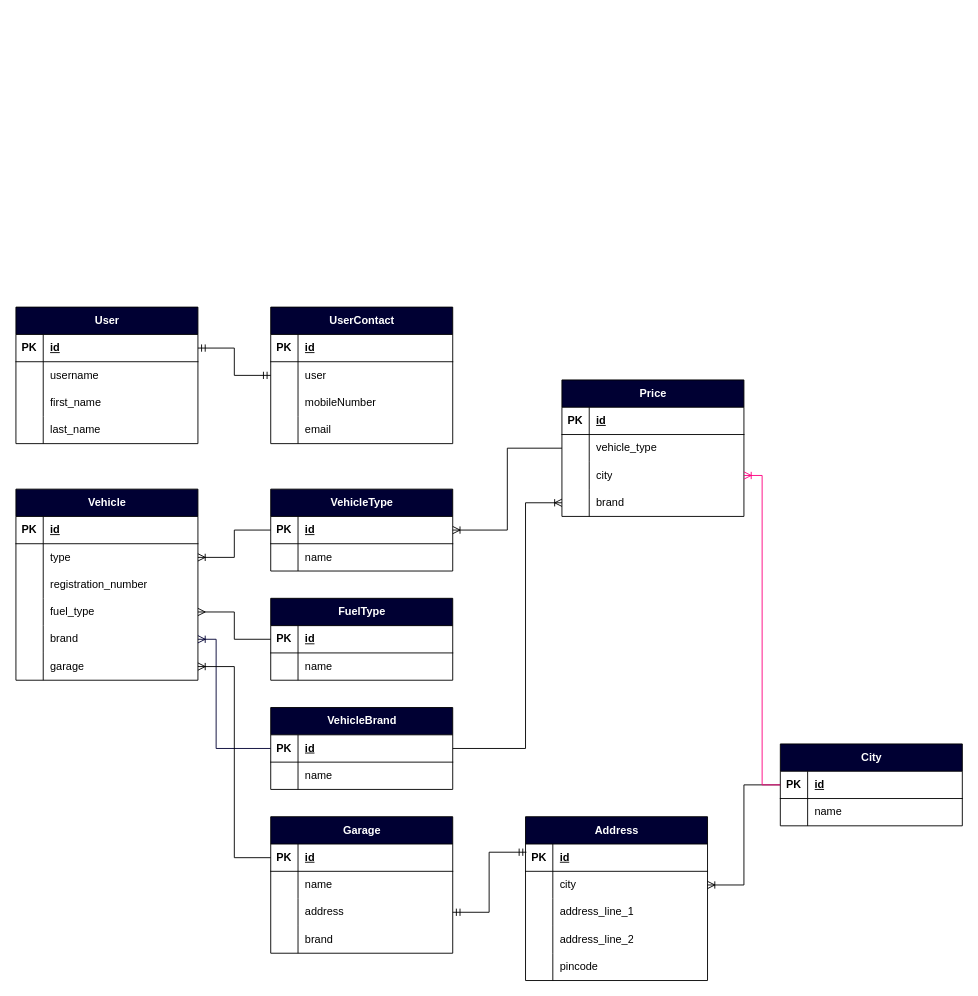
Earlier version of the draw.io diagram car_rental_service.drawio (priyajitbera/UML_DIAGRAMS). Source tidied: cells renumbered, new cells numbered last; positions are measured from the earlier drawing's top-left corner, leaving out a move shared by most shapes. Both pictures are drawn from the tidied source at 91%, with x=0, y=0 at pixel (15, 307).
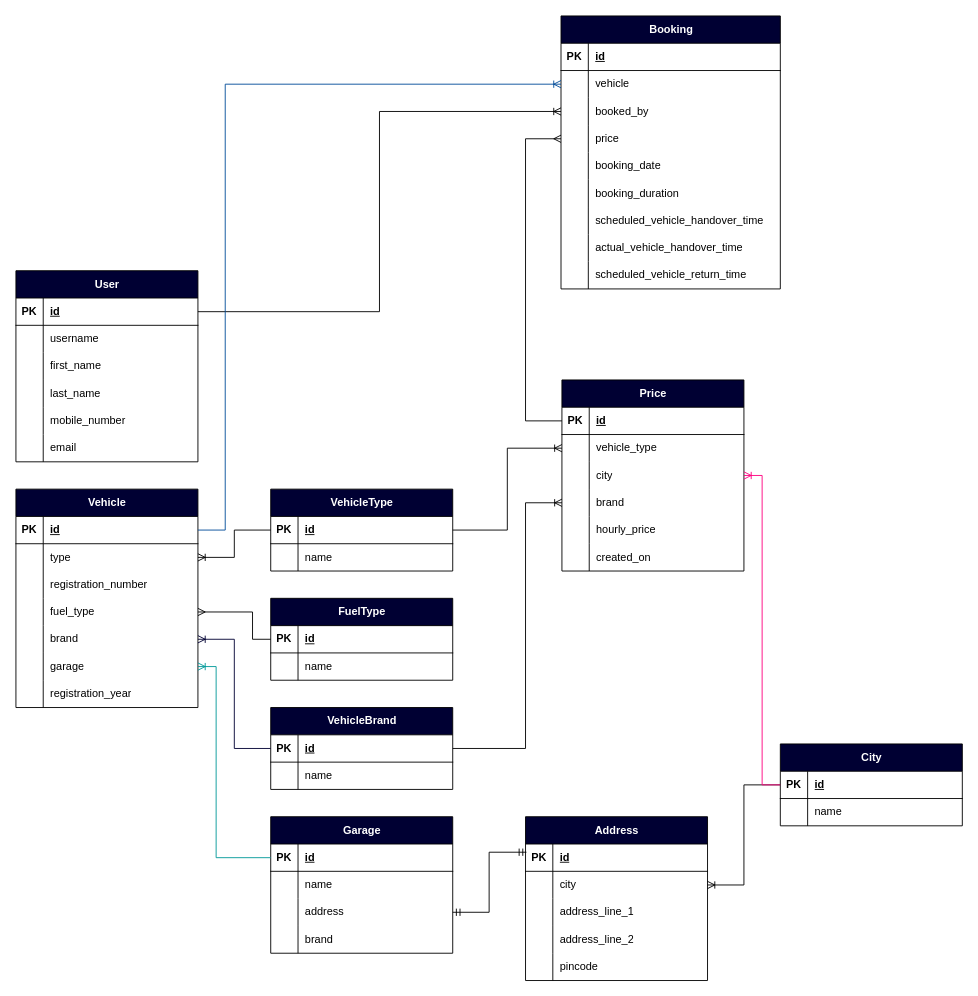
Above is the later version.

The change refers to these unchanged cells:
```xml
<mxCell id="3" style="shape=tableRow;horizontal=0;startSize=0;swimlaneHead=0;swimlaneBody=0;fillColor=none;points=[[0,0.5],[1,0.5]];portConstraint=eastwest;top=0;left=0;right=0;bottom=1;" parent="2" vertex="1">
  <mxGeometry y="30" width="200" height="30" as="geometry" />
</mxCell>
<mxCell id="30" style="shape=tableRow;horizontal=0;startSize=0;swimlaneHead=0;swimlaneBody=0;fillColor=none;points=[[0,0.5],[1,0.5]];portConstraint=eastwest;top=0;left=0;right=0;bottom=1;" parent="29" vertex="1">
  <mxGeometry y="30" width="200" height="30" as="geometry" />
</mxCell>
<mxCell id="39" style="shape=tableRow;horizontal=0;startSize=0;swimlaneHead=0;swimlaneBody=0;fillColor=none;points=[[0,0.5],[1,0.5]];portConstraint=eastwest;top=0;left=0;right=0;bottom=0;" parent="29" vertex="1">
  <mxGeometry y="120" width="200" height="30" as="geometry" />
</mxCell>
<mxCell id="42" style="shape=tableRow;horizontal=0;startSize=0;swimlaneHead=0;swimlaneBody=0;fillColor=none;points=[[0,0.5],[1,0.5]];portConstraint=eastwest;top=0;left=0;right=0;bottom=0;" parent="29" vertex="1">
  <mxGeometry y="150" width="200" height="30" as="geometry" />
</mxCell>
<mxCell id="45" style="shape=tableRow;horizontal=0;startSize=0;swimlaneHead=0;swimlaneBody=0;fillColor=none;points=[[0,0.5],[1,0.5]];portConstraint=eastwest;top=0;left=0;right=0;bottom=0;" parent="29" vertex="1">
  <mxGeometry y="180" width="200" height="30" as="geometry" />
</mxCell>
<mxCell id="49" style="shape=tableRow;horizontal=0;startSize=0;swimlaneHead=0;swimlaneBody=0;fillColor=none;points=[[0,0.5],[1,0.5]];portConstraint=eastwest;top=0;left=0;right=0;bottom=1;" parent="48" vertex="1">
  <mxGeometry y="30" width="200" height="30" as="geometry" />
</mxCell>
<mxCell id="57" style="shape=tableRow;horizontal=0;startSize=0;swimlaneHead=0;swimlaneBody=0;fillColor=none;points=[[0,0.5],[1,0.5]];portConstraint=eastwest;top=0;left=0;right=0;bottom=1;" parent="56" vertex="1">
  <mxGeometry y="30" width="200" height="30" as="geometry" />
</mxCell>
<mxCell id="64" style="shape=tableRow;horizontal=0;startSize=0;swimlaneHead=0;swimlaneBody=0;fillColor=none;points=[[0,0.5],[1,0.5]];portConstraint=eastwest;top=0;left=0;right=0;bottom=1;" parent="63" vertex="1">
  <mxGeometry y="30" width="200" height="30" as="geometry" />
</mxCell>
<mxCell id="73" style="shape=tableRow;horizontal=0;startSize=0;swimlaneHead=0;swimlaneBody=0;fillColor=none;points=[[0,0.5],[1,0.5]];portConstraint=eastwest;top=0;left=0;right=0;bottom=1;" parent="72" vertex="1">
  <mxGeometry y="30" width="200" height="30" as="geometry" />
</mxCell>
<mxCell id="87" style="shape=tableRow;horizontal=0;startSize=0;swimlaneHead=0;swimlaneBody=0;fillColor=none;points=[[0,0.5],[1,0.5]];portConstraint=eastwest;top=0;left=0;right=0;bottom=1;" parent="86" vertex="1">
  <mxGeometry y="30" width="200" height="30" as="geometry" />
</mxCell>
<mxCell id="90" style="shape=tableRow;horizontal=0;startSize=0;swimlaneHead=0;swimlaneBody=0;fillColor=none;points=[[0,0.5],[1,0.5]];portConstraint=eastwest;top=0;left=0;right=0;bottom=0;" parent="86" vertex="1">
  <mxGeometry y="60" width="200" height="30" as="geometry" />
</mxCell>
```

What changed in the source:
```diff
@@
     <mxCell id="2" value="User" style="shape=table;startSize=30;childLayout=tableLayout;rowLines=0;fontStyle=1;align=center;html=1;fillColor=#000033;fontColor=#FFFFFF;" parent="1" vertex="1">
-      <mxGeometry width="200" height="150" as="geometry" />
+      <mxGeometry y="-40" width="200" height="210" as="geometry" />
     </mxCell>
@@
-    <mxCell id="15" value="UserContact" style="shape=table;startSize=30;childLayout=tableLayout;rowLines=0;fontStyle=1;align=center;html=1;fillColor=#000033;fontColor=#FFFFFF;" parent="1" vertex="1">
-      <mxGeometry x="280" width="200" height="150" as="geometry" />
-    </mxCell>
-    <mxCell id="16" style="shape=tableRow;horizontal=0;startSize=0;swimlaneHead=0;swimlaneBody=0;fillColor=none;top=0;left=0;right=0;bottom=1;" parent="15" vertex="1">
-      <mxGeometry y="30" width="200" height="30" as="geometry" />
-    </mxCell>
-    <mxCell id="17" value="PK" style="shape=partialRectangle;fillColor=none;top=0;left=0;bottom=0;right=0;fontStyle=1;overflow=hidden;whiteSpace=wrap;html=1;" parent="16" vertex="1">
-      <mxGeometry width="30" height="30" as="geometry" />
-    </mxCell>
-    <mxCell id="18" value="id" style="shape=partialRectangle;fillColor=none;top=0;left=0;bottom=0;right=0;align=left;spacingLeft=6;fontStyle=5;overflow=hidden;whiteSpace=wrap;html=1;" parent="16" vertex="1">
-      <mxGeometry x="30" width="170" height="30" as="geometry" />
-    </mxCell>
-    <mxCell id="19" style="shape=tableRow;horizontal=0;startSize=0;swimlaneHead=0;swimlaneBody=0;fillColor=none;points=[[0,0.5],[1,0.5]];portConstraint=eastwest;top=0;left=0;right=0;bottom=0;" parent="15" vertex="1">
-      <mxGeometry y="60" width="200" height="30" as="geometry" />
-    </mxCell>
-    <mxCell id="20" style="shape=partialRectangle;fillColor=none;top=0;left=0;bottom=0;right=0;overflow=hidden;whiteSpace=wrap;html=1;" parent="19" vertex="1">
-      <mxGeometry width="30" height="30" as="geometry" />
-    </mxCell>
-    <mxCell id="21" value="user" style="shape=partialRectangle;fillColor=none;top=0;left=0;bottom=0;right=0;align=left;spacingLeft=6;overflow=hidden;whiteSpace=wrap;html=1;" parent="19" vertex="1">
-      <mxGeometry x="30" width="170" height="30" as="geometry" />
-    </mxCell>
-    <mxCell id="22" style="shape=tableRow;horizontal=0;startSize=0;swimlaneHead=0;swimlaneBody=0;fillColor=none;top=0;left=0;right=0;bottom=0;" parent="15" vertex="1">
-      <mxGeometry y="90" width="200" height="30" as="geometry" />
-    </mxCell>
-    <mxCell id="23" style="shape=partialRectangle;fillColor=none;top=0;left=0;bottom=0;right=0;overflow=hidden;whiteSpace=wrap;html=1;" parent="22" vertex="1">
-      <mxGeometry width="30" height="30" as="geometry" />
-    </mxCell>
-    <mxCell id="24" value="mobileNumber" style="shape=partialRectangle;fillColor=none;top=0;left=0;bottom=0;right=0;align=left;spacingLeft=6;overflow=hidden;whiteSpace=wrap;html=1;" parent="22" vertex="1">
-      <mxGeometry x="30" width="170" height="30" as="geometry" />
-    </mxCell>
-    <mxCell id="25" style="shape=tableRow;horizontal=0;startSize=0;swimlaneHead=0;swimlaneBody=0;fillColor=none;top=0;left=0;right=0;bottom=0;" parent="15" vertex="1">
-      <mxGeometry y="120" width="200" height="30" as="geometry" />
-    </mxCell>
-    <mxCell id="26" style="shape=partialRectangle;fillColor=none;top=0;left=0;bottom=0;right=0;overflow=hidden;whiteSpace=wrap;html=1;" parent="25" vertex="1">
-      <mxGeometry width="30" height="30" as="geometry" />
-    </mxCell>
+    <mxCell id="127" style="shape=tableRow;horizontal=0;startSize=0;swimlaneHead=0;swimlaneBody=0;fillColor=none;top=0;left=0;right=0;bottom=0;" parent="2" vertex="1">
+      <mxGeometry y="150" width="200" height="30" as="geometry" />
+    </mxCell>
+    <mxCell id="128" style="shape=partialRectangle;fillColor=none;top=0;left=0;bottom=0;right=0;overflow=hidden;whiteSpace=wrap;html=1;" parent="127" vertex="1">
+      <mxGeometry width="30" height="30" as="geometry" />
+    </mxCell>
+    <mxCell id="129" value="mobile_number" style="shape=partialRectangle;fillColor=none;top=0;left=0;bottom=0;right=0;align=left;spacingLeft=6;overflow=hidden;whiteSpace=wrap;html=1;" parent="127" vertex="1">
+      <mxGeometry x="30" width="170" height="30" as="geometry" />
+    </mxCell>
+    <mxCell id="130" style="shape=tableRow;horizontal=0;startSize=0;swimlaneHead=0;swimlaneBody=0;fillColor=none;top=0;left=0;right=0;bottom=0;" parent="2" vertex="1">
+      <mxGeometry y="180" width="200" height="30" as="geometry" />
+    </mxCell>
+    <mxCell id="131" style="shape=partialRectangle;fillColor=none;top=0;left=0;bottom=0;right=0;overflow=hidden;whiteSpace=wrap;html=1;" parent="130" vertex="1">
+      <mxGeometry width="30" height="30" as="geometry" />
+    </mxCell>
-    <mxCell id="27" value="email" style="shape=partialRectangle;fillColor=none;top=0;left=0;bottom=0;right=0;align=left;spacingLeft=6;overflow=hidden;whiteSpace=wrap;html=1;" parent="25" vertex="1">
+    <mxCell id="27" value="email" style="shape=partialRectangle;fillColor=none;top=0;left=0;bottom=0;right=0;align=left;spacingLeft=6;overflow=hidden;whiteSpace=wrap;html=1;" parent="130" vertex="1">
       <mxGeometry x="30" width="170" height="30" as="geometry" />
     </mxCell>
-    <mxCell id="28" style="edgeStyle=orthogonalEdgeStyle;fontSize=12;html=1;endArrow=ERmandOne;startArrow=ERmandOne;rounded=0;" parent="1" edge="1" source="3" target="19">
-      <mxGeometry relative="1" as="geometry" />
-    </mxCell>
     <mxCell id="29" value="Vehicle" style="shape=table;startSize=30;childLayout=tableLayout;rowLines=0;fontStyle=1;align=center;html=1;fillColor=#000033;fontColor=#FFFFFF;" parent="1" vertex="1">
-      <mxGeometry y="200" width="200" height="210" as="geometry" />
+      <mxGeometry y="200" width="200" height="240" as="geometry" />
     </mxCell>
@@
+    <mxCell id="132" style="shape=tableRow;horizontal=0;startSize=0;swimlaneHead=0;swimlaneBody=0;fillColor=none;top=0;left=0;right=0;bottom=0;" parent="29" vertex="1">
+      <mxGeometry y="210" width="200" height="30" as="geometry" />
+    </mxCell>
+    <mxCell id="133" style="shape=partialRectangle;fillColor=none;top=0;left=0;bottom=0;right=0;overflow=hidden;whiteSpace=wrap;html=1;" parent="132" vertex="1">
+      <mxGeometry width="30" height="30" as="geometry" />
+    </mxCell>
+    <mxCell id="134" value="registration_year" style="shape=partialRectangle;fillColor=none;top=0;left=0;bottom=0;right=0;align=left;spacingLeft=6;overflow=hidden;whiteSpace=wrap;html=1;" parent="132" vertex="1">
+      <mxGeometry x="30" width="170" height="30" as="geometry" />
+    </mxCell>
@@
     <mxCell id="70" style="edgeStyle=orthogonalEdgeStyle;fontSize=12;html=1;endArrow=ERoneToMany;rounded=0;exitX=0;exitY=0.5;exitDx=0;exitDy=0;fontColor=#000033;strokeColor=#000033;" parent="1" edge="1" source="64" target="42">
       <mxGeometry relative="1" as="geometry">
         <Array as="points">
-          <mxPoint x="220" y="485" />
-          <mxPoint x="220" y="365" />
+          <mxPoint x="240" y="485" />
+          <mxPoint x="240" y="365" />
         </Array>
       </mxGeometry>
     </mxCell>
     <mxCell id="71" style="edgeStyle=orthogonalEdgeStyle;fontSize=12;html=1;endArrow=ERmany;rounded=0;" parent="1" edge="1" source="57" target="39">
-      <mxGeometry relative="1" as="geometry" />
+      <mxGeometry relative="1" as="geometry">
+        <Array as="points">
+          <mxPoint x="260" y="365" />
+          <mxPoint x="260" y="335" />
+        </Array>
+      </mxGeometry>
     </mxCell>
@@
-    <mxCell id="85" style="edgeStyle=orthogonalEdgeStyle;fontSize=12;html=1;endArrow=ERoneToMany;rounded=0;" parent="1" edge="1" source="73" target="45">
-      <mxGeometry relative="1" as="geometry" />
+    <mxCell id="85" style="edgeStyle=orthogonalEdgeStyle;fontSize=12;html=1;endArrow=ERoneToMany;rounded=0;strokeColor=#009999;" parent="1" edge="1" source="73" target="45">
+      <mxGeometry relative="1" as="geometry">
+        <Array as="points">
+          <mxPoint x="220" y="605" />
+          <mxPoint x="220" y="395" />
+        </Array>
+      </mxGeometry>
     </mxCell>
     <mxCell id="86" value="Price" style="shape=table;startSize=30;childLayout=tableLayout;rowLines=0;fontStyle=1;align=center;html=1;fillColor=#000033;fontColor=#FFFFFF;" parent="1" vertex="1">
-      <mxGeometry x="600" y="80" width="200" height="150" as="geometry" />
+      <mxGeometry x="600" y="80" width="200" height="210" as="geometry" />
     </mxCell>
@@
+    <mxCell id="135" style="shape=tableRow;horizontal=0;startSize=0;swimlaneHead=0;swimlaneBody=0;fillColor=none;top=0;left=0;right=0;bottom=0;" parent="86" vertex="1">
+      <mxGeometry y="150" width="200" height="30" as="geometry" />
+    </mxCell>
+    <mxCell id="136" style="shape=partialRectangle;fillColor=none;top=0;left=0;bottom=0;right=0;overflow=hidden;whiteSpace=wrap;html=1;" parent="135" vertex="1">
+      <mxGeometry width="30" height="30" as="geometry" />
+    </mxCell>
+    <mxCell id="137" value="hourly_price" style="shape=partialRectangle;fillColor=none;top=0;left=0;bottom=0;right=0;align=left;spacingLeft=6;overflow=hidden;whiteSpace=wrap;html=1;" parent="135" vertex="1">
+      <mxGeometry x="30" width="170" height="30" as="geometry" />
+    </mxCell>
+    <mxCell id="138" style="shape=tableRow;horizontal=0;startSize=0;swimlaneHead=0;swimlaneBody=0;fillColor=none;top=0;left=0;right=0;bottom=0;" parent="86" vertex="1">
+      <mxGeometry y="180" width="200" height="30" as="geometry" />
+    </mxCell>
+    <mxCell id="139" style="shape=partialRectangle;fillColor=none;top=0;left=0;bottom=0;right=0;overflow=hidden;whiteSpace=wrap;html=1;" parent="138" vertex="1">
+      <mxGeometry width="30" height="30" as="geometry" />
+    </mxCell>
+    <mxCell id="140" value="created_on" style="shape=partialRectangle;fillColor=none;top=0;left=0;bottom=0;right=0;align=left;spacingLeft=6;overflow=hidden;whiteSpace=wrap;html=1;" parent="138" vertex="1">
+      <mxGeometry x="30" width="170" height="30" as="geometry" />
+    </mxCell>
@@
-    <mxCell id="115" style="edgeStyle=orthogonalEdgeStyle;fontSize=12;html=1;endArrow=ERoneToMany;rounded=0;" parent="1" edge="1" source="90" target="49">
+    <mxCell id="115" style="edgeStyle=orthogonalEdgeStyle;fontSize=12;html=1;endArrow=ERoneToMany;rounded=0;" parent="1" edge="1" source="49" target="90">
       <mxGeometry relative="1" as="geometry" />
     </mxCell>
@@
+    <mxCell id="141" value="Booking" style="shape=table;startSize=30;childLayout=tableLayout;rowLines=0;fontStyle=1;align=center;html=1;fillColor=#000033;fontColor=#FFFFFF;" parent="1" vertex="1">
+      <mxGeometry x="599" y="-320" width="241" height="300" as="geometry" />
+    </mxCell>
+    <mxCell id="142" style="shape=tableRow;horizontal=0;startSize=0;swimlaneHead=0;swimlaneBody=0;fillColor=none;top=0;left=0;right=0;bottom=1;" parent="141" vertex="1">
+      <mxGeometry y="30" width="241" height="30" as="geometry" />
+    </mxCell>
+    <mxCell id="17" value="PK" style="shape=partialRectangle;fillColor=none;top=0;left=0;bottom=0;right=0;fontStyle=1;overflow=hidden;whiteSpace=wrap;html=1;" parent="142" vertex="1">
+      <mxGeometry width="30" height="30" as="geometry" />
+    </mxCell>
+    <mxCell id="18" value="id" style="shape=partialRectangle;fillColor=none;top=0;left=0;bottom=0;right=0;align=left;spacingLeft=6;fontStyle=5;overflow=hidden;whiteSpace=wrap;html=1;" parent="142" vertex="1">
+      <mxGeometry x="30" width="211" height="30" as="geometry" />
+    </mxCell>
+    <mxCell id="143" style="shape=tableRow;horizontal=0;startSize=0;swimlaneHead=0;swimlaneBody=0;fillColor=none;points=[[0,0.5],[1,0.5]];portConstraint=eastwest;top=0;left=0;right=0;bottom=0;" parent="141" vertex="1">
+      <mxGeometry y="60" width="241" height="30" as="geometry" />
+    </mxCell>
+    <mxCell id="144" style="shape=partialRectangle;fillColor=none;top=0;left=0;bottom=0;right=0;overflow=hidden;whiteSpace=wrap;html=1;" parent="143" vertex="1">
+      <mxGeometry width="30" height="30" as="geometry" />
+    </mxCell>
+    <mxCell id="145" value="vehicle" style="shape=partialRectangle;fillColor=none;top=0;left=0;bottom=0;right=0;align=left;spacingLeft=6;overflow=hidden;whiteSpace=wrap;html=1;" parent="143" vertex="1">
+      <mxGeometry x="30" width="211" height="30" as="geometry" />
+    </mxCell>
+    <mxCell id="146" style="shape=tableRow;horizontal=0;startSize=0;swimlaneHead=0;swimlaneBody=0;fillColor=none;points=[[0,0.5],[1,0.5]];portConstraint=eastwest;top=0;left=0;right=0;bottom=0;" parent="141" vertex="1">
+      <mxGeometry y="90" width="241" height="30" as="geometry" />
+    </mxCell>
+    <mxCell id="147" style="shape=partialRectangle;fillColor=none;top=0;left=0;bottom=0;right=0;overflow=hidden;whiteSpace=wrap;html=1;" parent="146" vertex="1">
+      <mxGeometry width="30" height="30" as="geometry" />
+    </mxCell>
+    <mxCell id="148" value="booked_by" style="shape=partialRectangle;fillColor=none;top=0;left=0;bottom=0;right=0;align=left;spacingLeft=6;overflow=hidden;whiteSpace=wrap;html=1;" parent="146" vertex="1">
+      <mxGeometry x="30" width="211" height="30" as="geometry" />
+    </mxCell>
+    <mxCell id="149" style="shape=tableRow;horizontal=0;startSize=0;swimlaneHead=0;swimlaneBody=0;fillColor=none;points=[[0,0.5],[1,0.5]];portConstraint=eastwest;top=0;left=0;right=0;bottom=0;" parent="141" vertex="1">
+      <mxGeometry y="120" width="241" height="30" as="geometry" />
+    </mxCell>
+    <mxCell id="150" style="shape=partialRectangle;fillColor=none;top=0;left=0;bottom=0;right=0;overflow=hidden;whiteSpace=wrap;html=1;" parent="149" vertex="1">
+      <mxGeometry width="30" height="30" as="geometry" />
+    </mxCell>
+    <mxCell id="151" value="price" style="shape=partialRectangle;fillColor=none;top=0;left=0;bottom=0;right=0;align=left;spacingLeft=6;overflow=hidden;whiteSpace=wrap;html=1;" parent="149" vertex="1">
+      <mxGeometry x="30" width="211" height="30" as="geometry" />
+    </mxCell>
+    <mxCell id="152" style="shape=tableRow;horizontal=0;startSize=0;swimlaneHead=0;swimlaneBody=0;fillColor=none;top=0;left=0;right=0;bottom=0;" parent="141" vertex="1">
+      <mxGeometry y="150" width="241" height="30" as="geometry" />
+    </mxCell>
+    <mxCell id="153" style="shape=partialRectangle;fillColor=none;top=0;left=0;bottom=0;right=0;overflow=hidden;whiteSpace=wrap;html=1;" parent="152" vertex="1">
+      <mxGeometry width="30" height="30" as="geometry" />
+    </mxCell>
+    <mxCell id="154" value="booking_date" style="shape=partialRectangle;fillColor=none;top=0;left=0;bottom=0;right=0;align=left;spacingLeft=6;overflow=hidden;whiteSpace=wrap;html=1;" parent="152" vertex="1">
+      <mxGeometry x="30" width="211" height="30" as="geometry" />
+    </mxCell>
+    <mxCell id="155" style="shape=tableRow;horizontal=0;startSize=0;swimlaneHead=0;swimlaneBody=0;fillColor=none;top=0;left=0;right=0;bottom=0;" parent="141" vertex="1">
+      <mxGeometry y="180" width="241" height="30" as="geometry" />
+    </mxCell>
+    <mxCell id="156" style="shape=partialRectangle;fillColor=none;top=0;left=0;bottom=0;right=0;overflow=hidden;whiteSpace=wrap;html=1;" parent="155" vertex="1">
+      <mxGeometry width="30" height="30" as="geometry" />
+    </mxCell>
+    <mxCell id="157" value="booking_duration" style="shape=partialRectangle;fillColor=none;top=0;left=0;bottom=0;right=0;align=left;spacingLeft=6;overflow=hidden;whiteSpace=wrap;html=1;" parent="155" vertex="1">
+      <mxGeometry x="30" width="211" height="30" as="geometry" />
+    </mxCell>
+    <mxCell id="158" style="shape=tableRow;horizontal=0;startSize=0;swimlaneHead=0;swimlaneBody=0;fillColor=none;top=0;left=0;right=0;bottom=0;" parent="141" vertex="1">
+      <mxGeometry y="210" width="241" height="30" as="geometry" />
+    </mxCell>
+    <mxCell id="159" style="shape=partialRectangle;fillColor=none;top=0;left=0;bottom=0;right=0;overflow=hidden;whiteSpace=wrap;html=1;" parent="158" vertex="1">
+      <mxGeometry width="30" height="30" as="geometry" />
+    </mxCell>
+    <mxCell id="160" value="scheduled_vehicle_handover_time" style="shape=partialRectangle;fillColor=none;top=0;left=0;bottom=0;right=0;align=left;spacingLeft=6;overflow=hidden;whiteSpace=wrap;html=1;" parent="158" vertex="1">
+      <mxGeometry x="30" width="211" height="30" as="geometry" />
+    </mxCell>
+    <mxCell id="161" style="shape=tableRow;horizontal=0;startSize=0;swimlaneHead=0;swimlaneBody=0;fillColor=none;top=0;left=0;right=0;bottom=0;" parent="141" vertex="1">
+      <mxGeometry y="240" width="241" height="30" as="geometry" />
+    </mxCell>
+    <mxCell id="162" style="shape=partialRectangle;fillColor=none;top=0;left=0;bottom=0;right=0;overflow=hidden;whiteSpace=wrap;html=1;" parent="161" vertex="1">
+      <mxGeometry width="30" height="30" as="geometry" />
+    </mxCell>
+    <mxCell id="163" value="actual_vehicle_handover_time" style="shape=partialRectangle;fillColor=none;top=0;left=0;bottom=0;right=0;align=left;spacingLeft=6;overflow=hidden;whiteSpace=wrap;html=1;" parent="161" vertex="1">
+      <mxGeometry x="30" width="211" height="30" as="geometry" />
+    </mxCell>
+    <mxCell id="164" style="shape=tableRow;horizontal=0;startSize=0;swimlaneHead=0;swimlaneBody=0;fillColor=none;top=0;left=0;right=0;bottom=0;" parent="141" vertex="1">
+      <mxGeometry y="270" width="241" height="30" as="geometry" />
+    </mxCell>
+    <mxCell id="165" style="shape=partialRectangle;fillColor=none;top=0;left=0;bottom=0;right=0;overflow=hidden;whiteSpace=wrap;html=1;" parent="164" vertex="1">
+      <mxGeometry width="30" height="30" as="geometry" />
+    </mxCell>
+    <mxCell id="166" value="scheduled_vehicle_return_time" style="shape=partialRectangle;fillColor=none;top=0;left=0;bottom=0;right=0;align=left;spacingLeft=6;overflow=hidden;whiteSpace=wrap;html=1;" parent="164" vertex="1">
+      <mxGeometry x="30" width="211" height="30" as="geometry" />
+    </mxCell>
+    <mxCell id="167" style="edgeStyle=orthogonalEdgeStyle;fontSize=12;html=1;endArrow=ERoneToMany;rounded=0;" parent="1" edge="1" source="3" target="146">
+      <mxGeometry relative="1" as="geometry" />
+    </mxCell>
+    <mxCell id="168" style="edgeStyle=orthogonalEdgeStyle;fontSize=12;html=1;endArrow=ERmany;rounded=0;exitX=0;exitY=0.5;exitDx=0;exitDy=0;" parent="1" edge="1" source="87" target="149">
+      <mxGeometry relative="1" as="geometry">
+        <Array as="points">
+          <mxPoint x="560" y="125" />
+          <mxPoint x="560" y="-185" />
+        </Array>
+      </mxGeometry>
+    </mxCell>
+    <mxCell id="169" style="edgeStyle=orthogonalEdgeStyle;fontSize=12;html=1;endArrow=ERoneToMany;rounded=0;strokeColor=#004C99;" parent="1" edge="1" source="30" target="143">
+      <mxGeometry relative="1" as="geometry">
+        <Array as="points">
+          <mxPoint x="230" y="245" />
+          <mxPoint x="230" y="-245" />
+        </Array>
+      </mxGeometry>
+    </mxCell>
```
